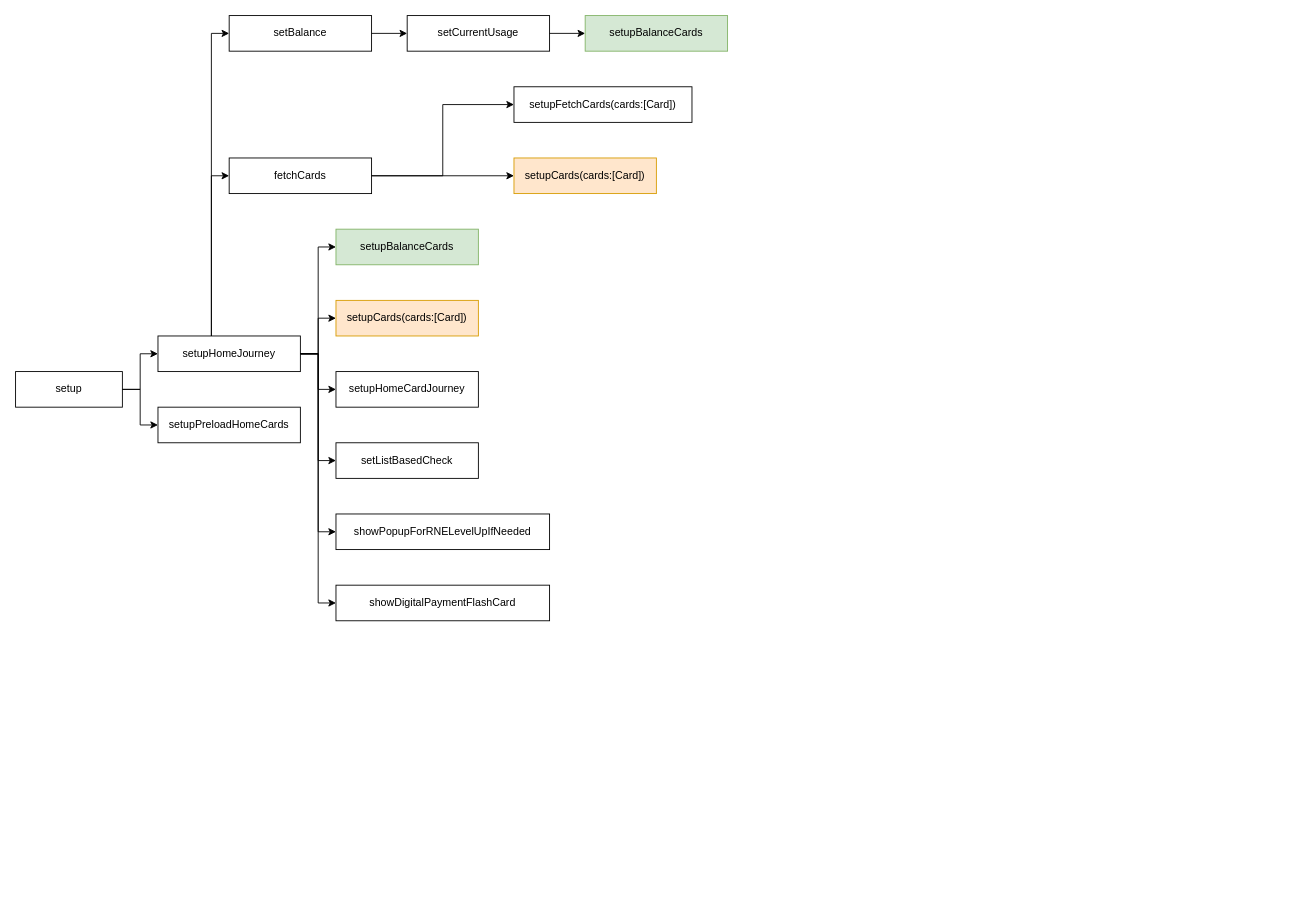
Earlier version of the draw.io diagram Untitled Diagram.drawio (sudiptobd/diagrams). Source tidied: cells renumbered, new cells numbered last; positions are measured from the earlier drawing's top-left corner, leaving out a move shared by most shapes. Both pictures are drawn from the tidied source at 89%, with x=0, y=0 at pixel (15, 15).
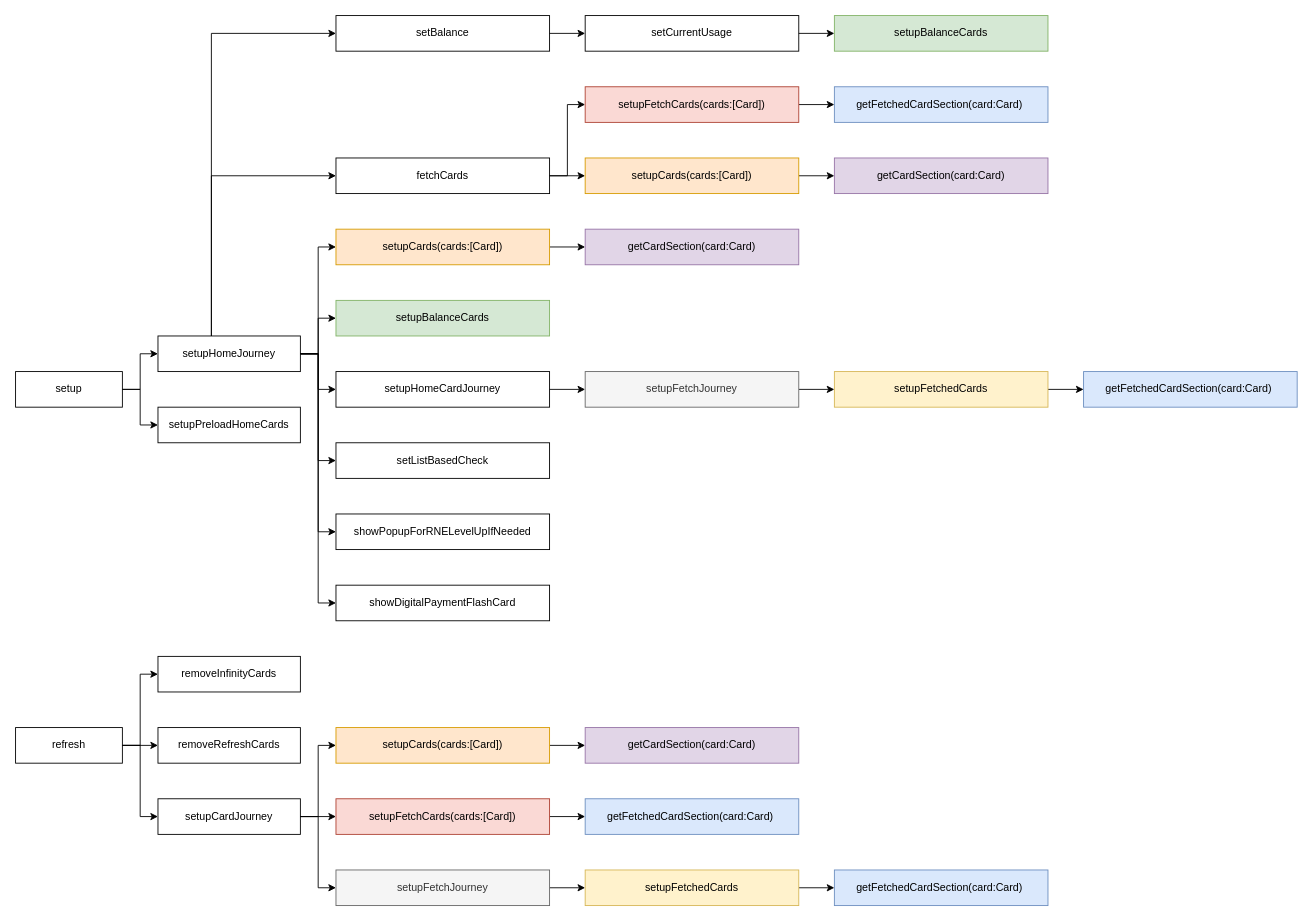
Above is the later version.

The change refers to these unchanged cells:
```xml
<mxCell id="13" value="setupHomeJourney" style="text;html=1;strokeColor=default;fillColor=none;align=center;verticalAlign=middle;whiteSpace=wrap;rounded=0;" parent="1" vertex="1">
  <mxGeometry x="160" y="360" width="160" height="40" as="geometry" />
</mxCell>
```

The edit, as a diff of the source:
```diff
@@
     <mxCell id="10" style="edgeStyle=orthogonalEdgeStyle;rounded=0;jettySize=auto;html=1;entryX=0;entryY=0.5;entryDx=0;entryDy=0;" parent="1" edge="1" source="13" target="16">
       <mxGeometry relative="1" as="geometry">
         <Array as="points">
           <mxPoint x="340" y="380" />
-          <mxPoint x="340" y="340" />
+          <mxPoint x="340" y="260" />
         </Array>
       </mxGeometry>
     </mxCell>
@@
     <mxCell id="15" value="setupBalanceCards" style="text;html=1;strokeColor=#82b366;fillColor=#d5e8d4;align=center;verticalAlign=middle;whiteSpace=wrap;rounded=0;" parent="1" vertex="1">
-      <mxGeometry x="360" y="240" width="160" height="40" as="geometry" />
+      <mxGeometry x="360" y="320" width="240" height="40" as="geometry" />
     </mxCell>
+    <mxCell id="31" style="edgeStyle=orthogonalEdgeStyle;rounded=0;jettySize=auto;html=1;entryX=0;entryY=0.5;entryDx=0;entryDy=0;" parent="1" edge="1" source="16" target="35">
+      <mxGeometry relative="1" as="geometry" />
+    </mxCell>
     <mxCell id="16" value="setupCards(cards:[Card])" style="text;html=1;strokeColor=#d79b00;fillColor=#ffe6cc;align=center;verticalAlign=middle;whiteSpace=wrap;rounded=0;" parent="1" vertex="1">
-      <mxGeometry x="360" y="320" width="160" height="40" as="geometry" />
+      <mxGeometry x="360" y="240" width="240" height="40" as="geometry" />
     </mxCell>
+    <mxCell id="32" style="edgeStyle=orthogonalEdgeStyle;rounded=0;jettySize=auto;html=1;entryX=0;entryY=0.5;entryDx=0;entryDy=0;" parent="1" edge="1" source="17" target="60">
+      <mxGeometry relative="1" as="geometry" />
+    </mxCell>
     <mxCell id="17" value="setupHomeCardJourney" style="text;html=1;strokeColor=default;fillColor=none;align=center;verticalAlign=middle;whiteSpace=wrap;rounded=0;" parent="1" vertex="1">
-      <mxGeometry x="360" y="400" width="160" height="40" as="geometry" />
+      <mxGeometry x="360" y="400" width="240" height="40" as="geometry" />
     </mxCell>
     <mxCell id="18" value="setListBasedCheck" style="text;html=1;strokeColor=default;fillColor=none;align=center;verticalAlign=middle;whiteSpace=wrap;rounded=0;" parent="1" vertex="1">
-      <mxGeometry x="360" y="480" width="160" height="40" as="geometry" />
+      <mxGeometry x="360" y="480" width="240" height="40" as="geometry" />
     </mxCell>
@@
     <mxCell id="23" value="fetchCards" style="text;html=1;strokeColor=default;fillColor=none;align=center;verticalAlign=middle;whiteSpace=wrap;rounded=0;" parent="1" vertex="1">
-      <mxGeometry x="240" y="160" width="160" height="40" as="geometry" />
+      <mxGeometry x="360" y="160" width="240" height="40" as="geometry" />
     </mxCell>
+    <mxCell id="33" style="edgeStyle=orthogonalEdgeStyle;rounded=0;jettySize=auto;html=1;entryX=0;entryY=0.5;entryDx=0;entryDy=0;" parent="1" edge="1" source="24" target="36">
+      <mxGeometry relative="1" as="geometry" />
+    </mxCell>
     <mxCell id="24" value="setupCards(cards:[Card])" style="text;html=1;strokeColor=#d79b00;fillColor=#ffe6cc;align=center;verticalAlign=middle;whiteSpace=wrap;rounded=0;" parent="1" vertex="1">
-      <mxGeometry x="560" y="160" width="160" height="40" as="geometry" />
+      <mxGeometry x="640" y="160" width="240" height="40" as="geometry" />
     </mxCell>
+    <mxCell id="34" style="edgeStyle=orthogonalEdgeStyle;rounded=0;jettySize=auto;html=1;entryX=0;entryY=0.5;entryDx=0;entryDy=0;" parent="1" edge="1" source="25" target="37">
+      <mxGeometry relative="1" as="geometry" />
+    </mxCell>
-    <mxCell id="25" value="setupFetchCards(cards:[Card])" style="text;html=1;strokeColor=default;fillColor=none;align=center;verticalAlign=middle;whiteSpace=wrap;rounded=0;" parent="1" vertex="1">
-      <mxGeometry x="560" y="80" width="200" height="40" as="geometry" />
+    <mxCell id="25" value="setupFetchCards(cards:[Card])" style="text;html=1;strokeColor=#ae4132;fillColor=#fad9d5;align=center;verticalAlign=middle;whiteSpace=wrap;rounded=0;" parent="1" vertex="1">
+      <mxGeometry x="640" y="80" width="240" height="40" as="geometry" />
     </mxCell>
@@
     <mxCell id="27" value="setBalance" style="text;html=1;strokeColor=default;fillColor=none;align=center;verticalAlign=middle;whiteSpace=wrap;rounded=0;" parent="1" vertex="1">
-      <mxGeometry x="240" width="160" height="40" as="geometry" />
+      <mxGeometry x="360" width="240" height="40" as="geometry" />
     </mxCell>
@@
     <mxCell id="29" value="setCurrentUsage" style="text;html=1;strokeColor=default;fillColor=none;align=center;verticalAlign=middle;whiteSpace=wrap;rounded=0;" parent="1" vertex="1">
-      <mxGeometry x="440" width="160" height="40" as="geometry" />
+      <mxGeometry x="640" width="240" height="40" as="geometry" />
     </mxCell>
     <mxCell id="30" value="setupBalanceCards" style="text;html=1;strokeColor=#82b366;fillColor=#d5e8d4;align=center;verticalAlign=middle;whiteSpace=wrap;rounded=0;" parent="1" vertex="1">
-      <mxGeometry x="640" width="160" height="40" as="geometry" />
+      <mxGeometry x="920" width="240" height="40" as="geometry" />
     </mxCell>
+    <mxCell id="35" value="getCardSection(card:Card)" style="text;html=1;strokeColor=#9673a6;fillColor=#e1d5e7;align=center;verticalAlign=middle;whiteSpace=wrap;rounded=0;" parent="1" vertex="1">
+      <mxGeometry x="640" y="240" width="240" height="40" as="geometry" />
+    </mxCell>
+    <mxCell id="36" value="getCardSection(card:Card)" style="text;html=1;strokeColor=#9673a6;fillColor=#e1d5e7;align=center;verticalAlign=middle;whiteSpace=wrap;rounded=0;" parent="1" vertex="1">
+      <mxGeometry x="920" y="160" width="240" height="40" as="geometry" />
+    </mxCell>
+    <mxCell id="37" value="getFetchedCardSection(card:Card)&amp;nbsp;" style="text;html=1;strokeColor=#6c8ebf;fillColor=#dae8fc;align=center;verticalAlign=middle;whiteSpace=wrap;rounded=0;" parent="1" vertex="1">
+      <mxGeometry x="920" y="80" width="240" height="40" as="geometry" />
+    </mxCell>
+    <mxCell id="38" style="edgeStyle=orthogonalEdgeStyle;rounded=0;jettySize=auto;html=1;entryX=0;entryY=0.5;entryDx=0;entryDy=0;" parent="1" edge="1" source="41" target="43">
+      <mxGeometry relative="1" as="geometry" />
+    </mxCell>
+    <mxCell id="39" style="edgeStyle=orthogonalEdgeStyle;rounded=0;jettySize=auto;html=1;entryX=0;entryY=0.5;entryDx=0;entryDy=0;" parent="1" edge="1" source="41" target="42">
+      <mxGeometry relative="1" as="geometry" />
+    </mxCell>
+    <mxCell id="40" style="edgeStyle=orthogonalEdgeStyle;rounded=0;jettySize=auto;html=1;entryX=0;entryY=0.5;entryDx=0;entryDy=0;" parent="1" edge="1" source="41" target="47">
+      <mxGeometry relative="1" as="geometry" />
+    </mxCell>
+    <mxCell id="41" value="refresh" style="text;html=1;strokeColor=default;fillColor=none;align=center;verticalAlign=middle;whiteSpace=wrap;rounded=0;" parent="1" vertex="1">
+      <mxGeometry y="800" width="120" height="40" as="geometry" />
+    </mxCell>
+    <mxCell id="42" value="removeInfinityCards" style="text;html=1;strokeColor=default;fillColor=none;align=center;verticalAlign=middle;whiteSpace=wrap;rounded=0;" parent="1" vertex="1">
+      <mxGeometry x="160" y="720" width="160" height="40" as="geometry" />
+    </mxCell>
+    <mxCell id="43" value="removeRefreshCards" style="text;html=1;strokeColor=default;fillColor=none;align=center;verticalAlign=middle;whiteSpace=wrap;rounded=0;" parent="1" vertex="1">
+      <mxGeometry x="160" y="800" width="160" height="40" as="geometry" />
+    </mxCell>
+    <mxCell id="44" style="edgeStyle=orthogonalEdgeStyle;rounded=0;jettySize=auto;html=1;entryX=0;entryY=0.5;entryDx=0;entryDy=0;" parent="1" edge="1" source="47" target="49">
+      <mxGeometry relative="1" as="geometry" />
+    </mxCell>
+    <mxCell id="45" style="edgeStyle=orthogonalEdgeStyle;rounded=0;jettySize=auto;html=1;entryX=0;entryY=0.5;entryDx=0;entryDy=0;" parent="1" edge="1" source="47" target="52">
+      <mxGeometry relative="1" as="geometry" />
+    </mxCell>
+    <mxCell id="46" style="edgeStyle=orthogonalEdgeStyle;rounded=0;jettySize=auto;html=1;entryX=0;entryY=0.5;entryDx=0;entryDy=0;" parent="1" edge="1" source="47" target="55">
+      <mxGeometry relative="1" as="geometry" />
+    </mxCell>
+    <mxCell id="47" value="setupCardJourney" style="text;html=1;strokeColor=default;fillColor=none;align=center;verticalAlign=middle;whiteSpace=wrap;rounded=0;" parent="1" vertex="1">
+      <mxGeometry x="160" y="880" width="160" height="40" as="geometry" />
+    </mxCell>
+    <mxCell id="48" style="edgeStyle=orthogonalEdgeStyle;rounded=0;jettySize=auto;html=1;entryX=0;entryY=0.5;entryDx=0;entryDy=0;" parent="1" edge="1" source="49" target="50">
+      <mxGeometry relative="1" as="geometry" />
+    </mxCell>
+    <mxCell id="49" value="setupCards(cards:[Card])" style="text;html=1;strokeColor=#d79b00;fillColor=#ffe6cc;align=center;verticalAlign=middle;whiteSpace=wrap;rounded=0;" parent="1" vertex="1">
+      <mxGeometry x="360" y="800" width="240" height="40" as="geometry" />
+    </mxCell>
+    <mxCell id="50" value="getCardSection(card:Card)" style="text;html=1;strokeColor=#9673a6;fillColor=#e1d5e7;align=center;verticalAlign=middle;whiteSpace=wrap;rounded=0;" parent="1" vertex="1">
+      <mxGeometry x="640" y="800" width="240" height="40" as="geometry" />
+    </mxCell>
+    <mxCell id="51" style="edgeStyle=orthogonalEdgeStyle;rounded=0;jettySize=auto;html=1;entryX=0;entryY=0.5;entryDx=0;entryDy=0;" parent="1" edge="1" source="52" target="53">
+      <mxGeometry relative="1" as="geometry" />
+    </mxCell>
+    <mxCell id="52" value="setupFetchCards(cards:[Card])" style="text;html=1;strokeColor=#ae4132;fillColor=#fad9d5;align=center;verticalAlign=middle;whiteSpace=wrap;rounded=0;" parent="1" vertex="1">
+      <mxGeometry x="360" y="880" width="240" height="40" as="geometry" />
+    </mxCell>
+    <mxCell id="53" value="getFetchedCardSection(card:Card)&amp;nbsp;" style="text;html=1;strokeColor=#6c8ebf;fillColor=#dae8fc;align=center;verticalAlign=middle;whiteSpace=wrap;rounded=0;" parent="1" vertex="1">
+      <mxGeometry x="640" y="880" width="240" height="40" as="geometry" />
+    </mxCell>
+    <mxCell id="54" style="edgeStyle=orthogonalEdgeStyle;rounded=0;jettySize=auto;html=1;" parent="1" edge="1" source="55" target="57">
+      <mxGeometry relative="1" as="geometry" />
+    </mxCell>
+    <mxCell id="55" value="setupFetchJourney" style="text;html=1;strokeColor=#666666;fillColor=#f5f5f5;align=center;verticalAlign=middle;whiteSpace=wrap;rounded=0;fontColor=#333333;" parent="1" vertex="1">
+      <mxGeometry x="360" y="960" width="240" height="40" as="geometry" />
+    </mxCell>
+    <mxCell id="56" style="edgeStyle=orthogonalEdgeStyle;rounded=0;jettySize=auto;html=1;entryX=0;entryY=0.5;entryDx=0;entryDy=0;" parent="1" edge="1" source="57" target="58">
+      <mxGeometry relative="1" as="geometry" />
+    </mxCell>
+    <mxCell id="57" value="setupFetchedCards" style="text;html=1;strokeColor=#d6b656;fillColor=#fff2cc;align=center;verticalAlign=middle;whiteSpace=wrap;rounded=0;" parent="1" vertex="1">
+      <mxGeometry x="640" y="960" width="240" height="40" as="geometry" />
+    </mxCell>
+    <mxCell id="58" value="getFetchedCardSection(card:Card)&amp;nbsp;" style="text;html=1;strokeColor=#6c8ebf;fillColor=#dae8fc;align=center;verticalAlign=middle;whiteSpace=wrap;rounded=0;" parent="1" vertex="1">
+      <mxGeometry x="920" y="960" width="240" height="40" as="geometry" />
+    </mxCell>
+    <mxCell id="59" style="edgeStyle=orthogonalEdgeStyle;rounded=0;jettySize=auto;html=1;" parent="1" edge="1" source="60" target="62">
+      <mxGeometry relative="1" as="geometry" />
+    </mxCell>
+    <mxCell id="60" value="setupFetchJourney" style="text;html=1;align=center;verticalAlign=middle;whiteSpace=wrap;rounded=0;fillColor=#f5f5f5;fontColor=#333333;strokeColor=#666666;" parent="1" vertex="1">
+      <mxGeometry x="640" y="400" width="240" height="40" as="geometry" />
+    </mxCell>
+    <mxCell id="61" style="edgeStyle=orthogonalEdgeStyle;rounded=0;jettySize=auto;html=1;entryX=0;entryY=0.5;entryDx=0;entryDy=0;" parent="1" edge="1" source="62" target="63">
+      <mxGeometry relative="1" as="geometry" />
+    </mxCell>
+    <mxCell id="62" value="setupFetchedCards" style="text;html=1;strokeColor=#d6b656;fillColor=#fff2cc;align=center;verticalAlign=middle;whiteSpace=wrap;rounded=0;" parent="1" vertex="1">
+      <mxGeometry x="920" y="400" width="240" height="40" as="geometry" />
+    </mxCell>
+    <mxCell id="63" value="getFetchedCardSection(card:Card)&amp;nbsp;" style="text;html=1;strokeColor=#6c8ebf;fillColor=#dae8fc;align=center;verticalAlign=middle;whiteSpace=wrap;rounded=0;" parent="1" vertex="1">
+      <mxGeometry x="1200" y="400" width="240" height="40" as="geometry" />
+    </mxCell>
```
